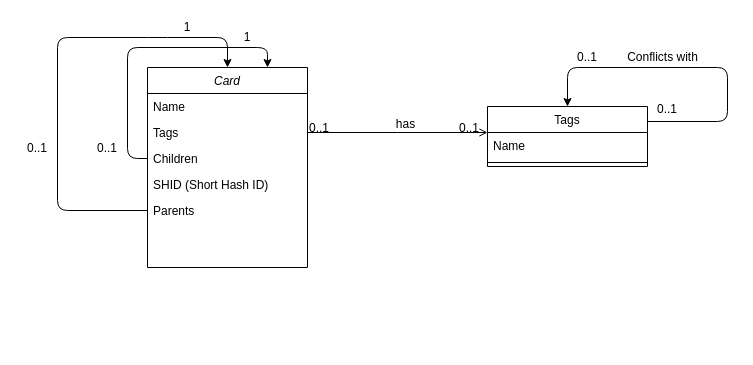
Above: docs/todo_schemas.drawio in paolorechia/graph-todo (draw.io), before the change. Source tidied: cells renumbered, new cells numbered last; positions are measured from the earlier drawing's top-left corner, leaving out a move shared by most shapes. Both pictures are drawn from the tidied source at 100%, with x=0, y=0 at pixel (17, 17).
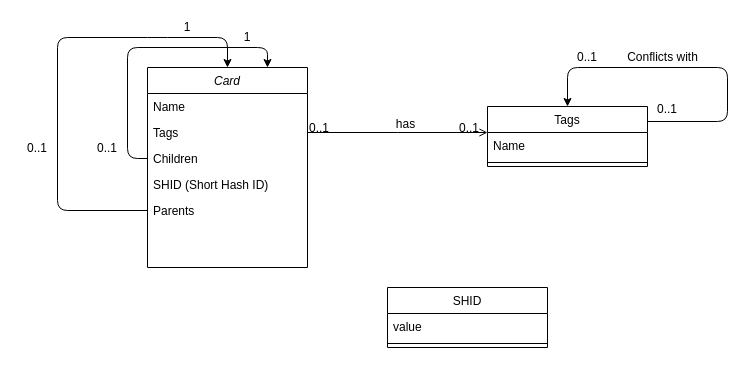
The same page after the edit.

Commit message:
Add SHID to schema diagram

What changed in the source:
```diff
@@
+    <mxCell id="25" value="SHID" style="swimlane;fontStyle=0;align=center;verticalAlign=top;horizontal=1;startSize=26;rounded=0;shadow=0;strokeWidth=1;" parent="1" vertex="1">
+      <mxGeometry x="370" y="270" width="160" height="60" as="geometry" />
+    </mxCell>
+    <mxCell id="26" value="value" style="text;align=left;verticalAlign=top;spacingLeft=4;spacingRight=4;overflow=hidden;" parent="25" vertex="1">
+      <mxGeometry y="26" width="160" height="26" as="geometry" />
+    </mxCell>
+    <mxCell id="27" style="line;html=1;strokeWidth=1;align=left;verticalAlign=middle;spacingTop=-1;spacingLeft=3;spacingRight=3;labelPosition=right;" parent="25" vertex="1">
+      <mxGeometry y="52" width="160" height="8" as="geometry" />
+    </mxCell>
```
